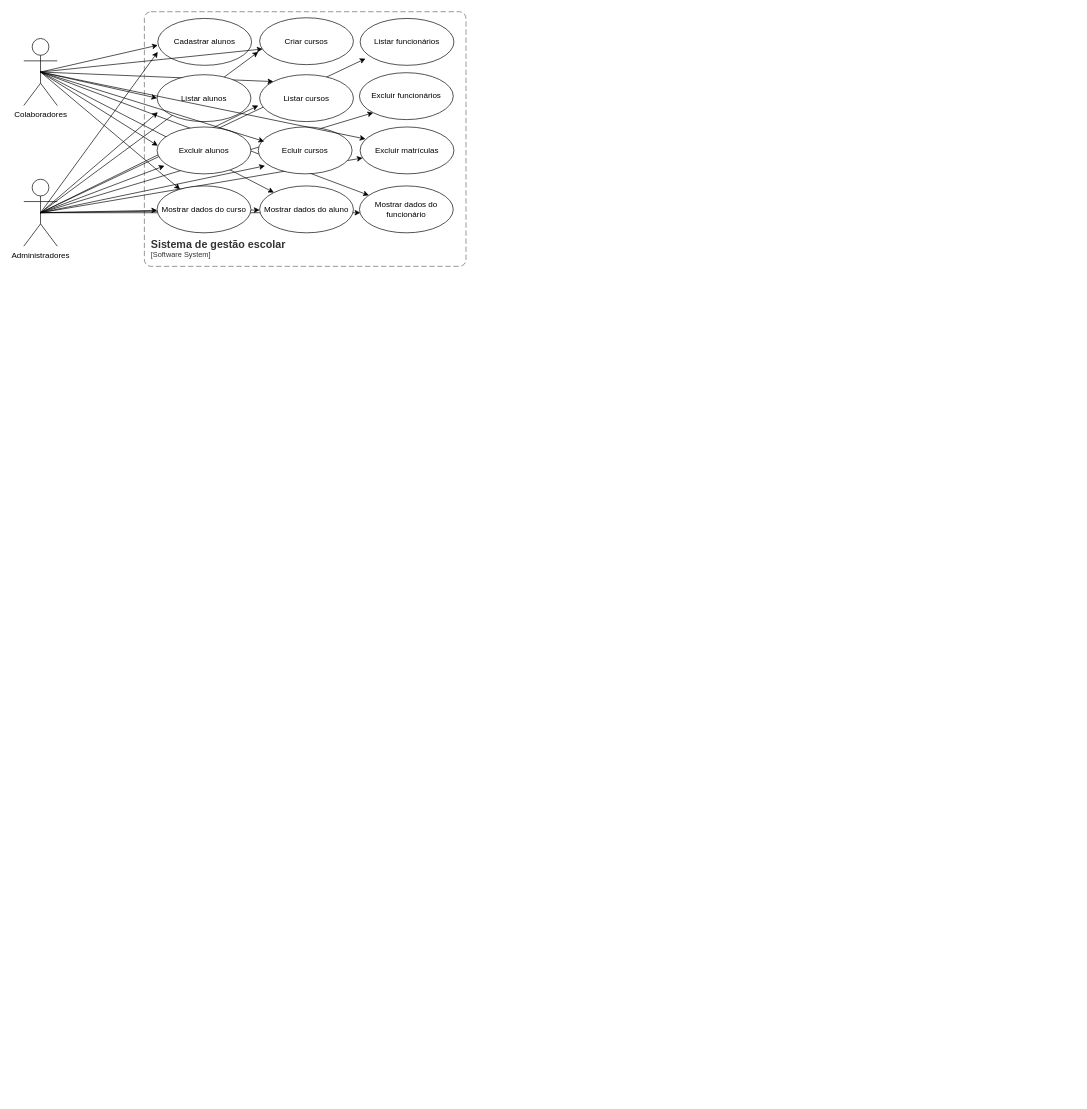
This is diagramas/casos-de-uso.drawio from eenzofelipe67527-star/forja-gestao-escolar, a draw.io file, before an edit. Source tidied: cells renumbered, new cells numbered last; positions are measured from the earlier drawing's top-left corner, leaving out a move shared by most shapes. Both pictures are drawn from the tidied source at 67%, with x=0, y=0 at pixel (23, 11).
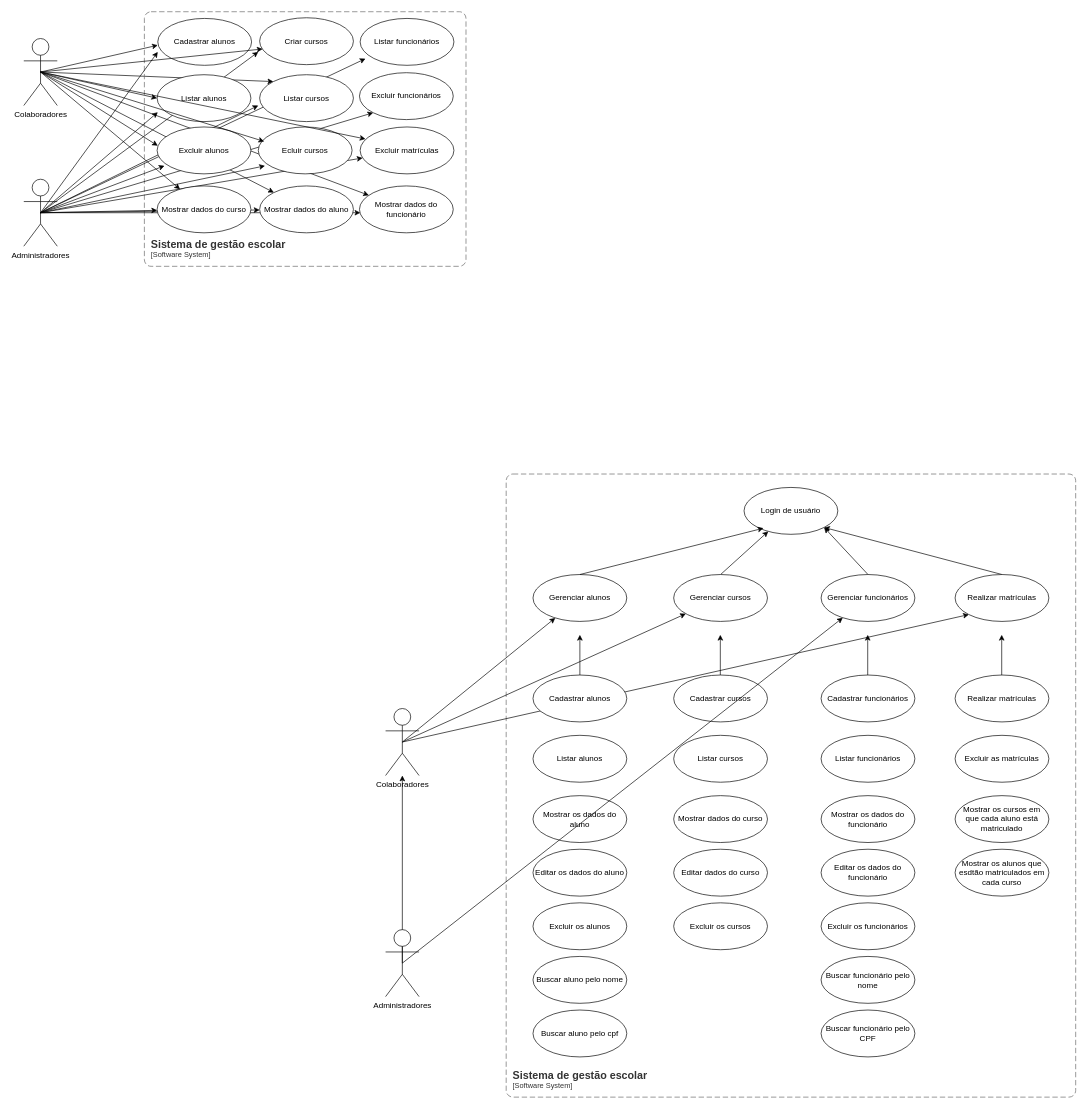
After the change.

Change to the diagram source:
```diff
@@
+    <object id="39" label="&lt;font style=&quot;font-size: 16px&quot;&gt;&lt;b&gt;&lt;div style=&quot;text-align: left&quot;&gt;%c4Name%&lt;/div&gt;&lt;/b&gt;&lt;/font&gt;&lt;div style=&quot;text-align: left&quot;&gt;[%c4Application%]&lt;/div&gt;" c4Application="Software System" c4Name="Sistema de gestão escolar" placeholders="1">
+      <mxCell style="rounded=1;fontSize=11;whiteSpace=wrap;html=1;dashed=1;arcSize=20;fillColor=none;strokeColor=#666666;fontColor=#333333;labelBackgroundColor=none;align=left;verticalAlign=bottom;labelBorderColor=none;spacingTop=0;spacing=10;dashPattern=8 4;perimeter=rectanglePerimeter;noLabel=0;labelPadding=0;absoluteArcSize=1;" parent="1" vertex="1">
+        <mxGeometry x="720" y="690" width="850" height="930" as="geometry" />
+      </mxCell>
+    </object>
+    <mxCell id="40" style="edgeStyle=none;html=1;exitX=0.5;exitY=0.5;exitDx=0;exitDy=0;exitPerimeter=0;" parent="1" edge="1" source="43" target="47">
+      <mxGeometry relative="1" as="geometry" />
+    </mxCell>
+    <mxCell id="41" style="edgeStyle=none;html=1;exitX=0.5;exitY=0.5;exitDx=0;exitDy=0;exitPerimeter=0;" parent="1" edge="1" source="43" target="49">
+      <mxGeometry relative="1" as="geometry" />
+    </mxCell>
+    <mxCell id="42" style="edgeStyle=none;html=1;exitX=0.5;exitY=0.5;exitDx=0;exitDy=0;exitPerimeter=0;entryX=0;entryY=1;entryDx=0;entryDy=0;" parent="1" edge="1" source="43" target="53">
+      <mxGeometry relative="1" as="geometry" />
+    </mxCell>
+    <mxCell id="43" value="Colaboradores" style="shape=umlActor;verticalLabelPosition=bottom;verticalAlign=top;html=1;outlineConnect=0;" parent="1" vertex="1">
+      <mxGeometry x="540" y="1040" width="50" height="100" as="geometry" />
+    </mxCell>
+    <mxCell id="44" style="edgeStyle=none;html=1;exitX=0.5;exitY=0.5;exitDx=0;exitDy=0;exitPerimeter=0;" parent="1" edge="1" source="45" target="43">
+      <mxGeometry relative="1" as="geometry" />
+    </mxCell>
+    <mxCell id="45" value="Administradores" style="shape=umlActor;verticalLabelPosition=bottom;verticalAlign=top;html=1;outlineConnect=0;" parent="1" vertex="1">
+      <mxGeometry x="540" y="1370" width="50" height="100" as="geometry" />
+    </mxCell>
+    <mxCell id="46" value="Login de usuário" style="ellipse;whiteSpace=wrap;html=1;" parent="1" vertex="1">
+      <mxGeometry x="1075" y="710" width="140" height="70" as="geometry" />
+    </mxCell>
+    <mxCell id="47" value="Gerenciar alunos" style="ellipse;whiteSpace=wrap;html=1;" parent="1" vertex="1">
+      <mxGeometry x="760" y="840" width="140" height="70" as="geometry" />
+    </mxCell>
+    <mxCell id="48" style="edgeStyle=none;html=1;exitX=0.5;exitY=0;exitDx=0;exitDy=0;" parent="1" edge="1" source="49" target="46">
+      <mxGeometry relative="1" as="geometry" />
+    </mxCell>
+    <mxCell id="49" value="Gerenciar cursos" style="ellipse;whiteSpace=wrap;html=1;" parent="1" vertex="1">
+      <mxGeometry x="970" y="840" width="140" height="70" as="geometry" />
+    </mxCell>
+    <mxCell id="50" style="edgeStyle=none;html=1;exitX=0.5;exitY=0;exitDx=0;exitDy=0;entryX=1;entryY=1;entryDx=0;entryDy=0;" parent="1" edge="1" source="51" target="46">
+      <mxGeometry relative="1" as="geometry" />
+    </mxCell>
+    <mxCell id="51" value="Gerenciar funcionários" style="ellipse;whiteSpace=wrap;html=1;" parent="1" vertex="1">
+      <mxGeometry x="1190" y="840" width="140" height="70" as="geometry" />
+    </mxCell>
+    <mxCell id="52" style="edgeStyle=none;html=1;exitX=0.5;exitY=0;exitDx=0;exitDy=0;entryX=1;entryY=1;entryDx=0;entryDy=0;" parent="1" edge="1" source="53" target="46">
+      <mxGeometry relative="1" as="geometry" />
+    </mxCell>
+    <mxCell id="53" value="Realizar matrículas" style="ellipse;whiteSpace=wrap;html=1;" parent="1" vertex="1">
+      <mxGeometry x="1390" y="840" width="140" height="70" as="geometry" />
+    </mxCell>
+    <mxCell id="54" value="Buscar aluno pelo cpf" style="ellipse;whiteSpace=wrap;html=1;" parent="1" vertex="1">
+      <mxGeometry x="760" y="1490" width="140" height="70" as="geometry" />
+    </mxCell>
+    <mxCell id="55" value="Buscar aluno pelo nome" style="ellipse;whiteSpace=wrap;html=1;" parent="1" vertex="1">
+      <mxGeometry x="760" y="1410" width="140" height="70" as="geometry" />
+    </mxCell>
+    <mxCell id="56" style="edgeStyle=none;html=1;exitX=0.5;exitY=0;exitDx=0;exitDy=0;" parent="1" edge="1">
+      <mxGeometry relative="1" as="geometry">
+        <mxPoint x="830" y="990" as="sourcePoint" />
+        <mxPoint x="830" y="930" as="targetPoint" />
+      </mxGeometry>
+    </mxCell>
+    <mxCell id="57" value="&lt;span style=&quot;color: rgb(0, 0, 0);&quot;&gt;Cadastrar alunos&lt;/span&gt;" style="ellipse;whiteSpace=wrap;html=1;" parent="1" vertex="1">
+      <mxGeometry x="760" y="990" width="140" height="70" as="geometry" />
+    </mxCell>
+    <mxCell id="58" value="Listar alunos" style="ellipse;whiteSpace=wrap;html=1;" parent="1" vertex="1">
+      <mxGeometry x="760" y="1080" width="140" height="70" as="geometry" />
+    </mxCell>
+    <mxCell id="59" value="Mostrar os dados do aluno" style="ellipse;whiteSpace=wrap;html=1;" parent="1" vertex="1">
+      <mxGeometry x="760" y="1170" width="140" height="70" as="geometry" />
+    </mxCell>
+    <mxCell id="60" value="Editar os dados do aluno" style="ellipse;whiteSpace=wrap;html=1;" parent="1" vertex="1">
+      <mxGeometry x="760" y="1250" width="140" height="70" as="geometry" />
+    </mxCell>
+    <mxCell id="61" value="Excluir os alunos" style="ellipse;whiteSpace=wrap;html=1;" parent="1" vertex="1">
+      <mxGeometry x="760" y="1330" width="140" height="70" as="geometry" />
+    </mxCell>
+    <mxCell id="62" value="Excluir os cursos" style="ellipse;whiteSpace=wrap;html=1;" parent="1" vertex="1">
+      <mxGeometry x="970" y="1330" width="140" height="70" as="geometry" />
+    </mxCell>
+    <mxCell id="63" value="&lt;span style=&quot;color: rgb(0, 0, 0);&quot;&gt;Editar dados do curso&lt;/span&gt;" style="ellipse;whiteSpace=wrap;html=1;" parent="1" vertex="1">
+      <mxGeometry x="970" y="1250" width="140" height="70" as="geometry" />
+    </mxCell>
+    <mxCell id="64" value="Mostrar dados do curso" style="ellipse;whiteSpace=wrap;html=1;" parent="1" vertex="1">
+      <mxGeometry x="970" y="1170" width="140" height="70" as="geometry" />
+    </mxCell>
+    <mxCell id="65" value="Listar cursos" style="ellipse;whiteSpace=wrap;html=1;" parent="1" vertex="1">
+      <mxGeometry x="970" y="1080" width="140" height="70" as="geometry" />
+    </mxCell>
+    <mxCell id="66" value="&lt;span style=&quot;color: rgb(0, 0, 0);&quot;&gt;Cadastrar cursos&lt;/span&gt;" style="ellipse;whiteSpace=wrap;html=1;" parent="1" vertex="1">
+      <mxGeometry x="970" y="990" width="140" height="70" as="geometry" />
+    </mxCell>
+    <mxCell id="67" value="Buscar funcionário pelo CPF" style="ellipse;whiteSpace=wrap;html=1;" parent="1" vertex="1">
+      <mxGeometry x="1190" y="1490" width="140" height="70" as="geometry" />
+    </mxCell>
+    <mxCell id="68" value="Buscar funcionário pelo nome" style="ellipse;whiteSpace=wrap;html=1;" parent="1" vertex="1">
+      <mxGeometry x="1190" y="1410" width="140" height="70" as="geometry" />
+    </mxCell>
+    <mxCell id="69" value="Excluir os funcionários" style="ellipse;whiteSpace=wrap;html=1;" parent="1" vertex="1">
+      <mxGeometry x="1190" y="1330" width="140" height="70" as="geometry" />
+    </mxCell>
+    <mxCell id="70" value="Editar os dados do funcionário" style="ellipse;whiteSpace=wrap;html=1;" parent="1" vertex="1">
+      <mxGeometry x="1190" y="1250" width="140" height="70" as="geometry" />
+    </mxCell>
+    <mxCell id="71" value="Mostrar os dados do funcionário" style="ellipse;whiteSpace=wrap;html=1;" parent="1" vertex="1">
+      <mxGeometry x="1190" y="1170" width="140" height="70" as="geometry" />
+    </mxCell>
+    <mxCell id="72" value="Listar funcionários" style="ellipse;whiteSpace=wrap;html=1;" parent="1" vertex="1">
+      <mxGeometry x="1190" y="1080" width="140" height="70" as="geometry" />
+    </mxCell>
+    <mxCell id="73" value="&lt;span style=&quot;color: rgb(0, 0, 0);&quot;&gt;Cadastrar funcionários&lt;/span&gt;" style="ellipse;whiteSpace=wrap;html=1;" parent="1" vertex="1">
+      <mxGeometry x="1190" y="990" width="140" height="70" as="geometry" />
+    </mxCell>
+    <mxCell id="74" value="Mostrar os alunos que esdtão matriculados em cada curso" style="ellipse;whiteSpace=wrap;html=1;" parent="1" vertex="1">
+      <mxGeometry x="1390" y="1250" width="140" height="70" as="geometry" />
+    </mxCell>
+    <mxCell id="75" value="Mostrar os cursos em que cada aluno está matriculado" style="ellipse;whiteSpace=wrap;html=1;" parent="1" vertex="1">
+      <mxGeometry x="1390" y="1170" width="140" height="70" as="geometry" />
+    </mxCell>
+    <mxCell id="76" value="Excluir as matrículas" style="ellipse;whiteSpace=wrap;html=1;" parent="1" vertex="1">
+      <mxGeometry x="1390" y="1080" width="140" height="70" as="geometry" />
+    </mxCell>
+    <mxCell id="77" value="&lt;span style=&quot;color: rgb(0, 0, 0);&quot;&gt;Realizar matrículas&lt;/span&gt;" style="ellipse;whiteSpace=wrap;html=1;" parent="1" vertex="1">
+      <mxGeometry x="1390" y="990" width="140" height="70" as="geometry" />
+    </mxCell>
+    <mxCell id="78" style="edgeStyle=none;html=1;exitX=0.5;exitY=0;exitDx=0;exitDy=0;" parent="1" edge="1">
+      <mxGeometry relative="1" as="geometry">
+        <mxPoint x="1039.6" y="990" as="sourcePoint" />
+        <mxPoint x="1039.6" y="930" as="targetPoint" />
+      </mxGeometry>
+    </mxCell>
+    <mxCell id="79" style="edgeStyle=none;html=1;exitX=0.5;exitY=0;exitDx=0;exitDy=0;" parent="1" edge="1">
+      <mxGeometry relative="1" as="geometry">
+        <mxPoint x="1259.6" y="990" as="sourcePoint" />
+        <mxPoint x="1259.6" y="930" as="targetPoint" />
+      </mxGeometry>
+    </mxCell>
+    <mxCell id="80" style="edgeStyle=none;html=1;exitX=0.5;exitY=0;exitDx=0;exitDy=0;" parent="1" edge="1">
+      <mxGeometry relative="1" as="geometry">
+        <mxPoint x="1459.6" y="990" as="sourcePoint" />
+        <mxPoint x="1459.6" y="930" as="targetPoint" />
+      </mxGeometry>
+    </mxCell>
+    <mxCell id="81" style="edgeStyle=none;html=1;exitX=0.5;exitY=0.5;exitDx=0;exitDy=0;exitPerimeter=0;" parent="1" edge="1" source="45" target="51">
+      <mxGeometry relative="1" as="geometry" />
+    </mxCell>
+    <mxCell id="82" style="edgeStyle=none;html=1;exitX=0.5;exitY=0;exitDx=0;exitDy=0;entryX=0.207;entryY=0.869;entryDx=0;entryDy=0;entryPerimeter=0;" parent="1" edge="1" source="47" target="46">
+      <mxGeometry relative="1" as="geometry" />
+    </mxCell>
```
